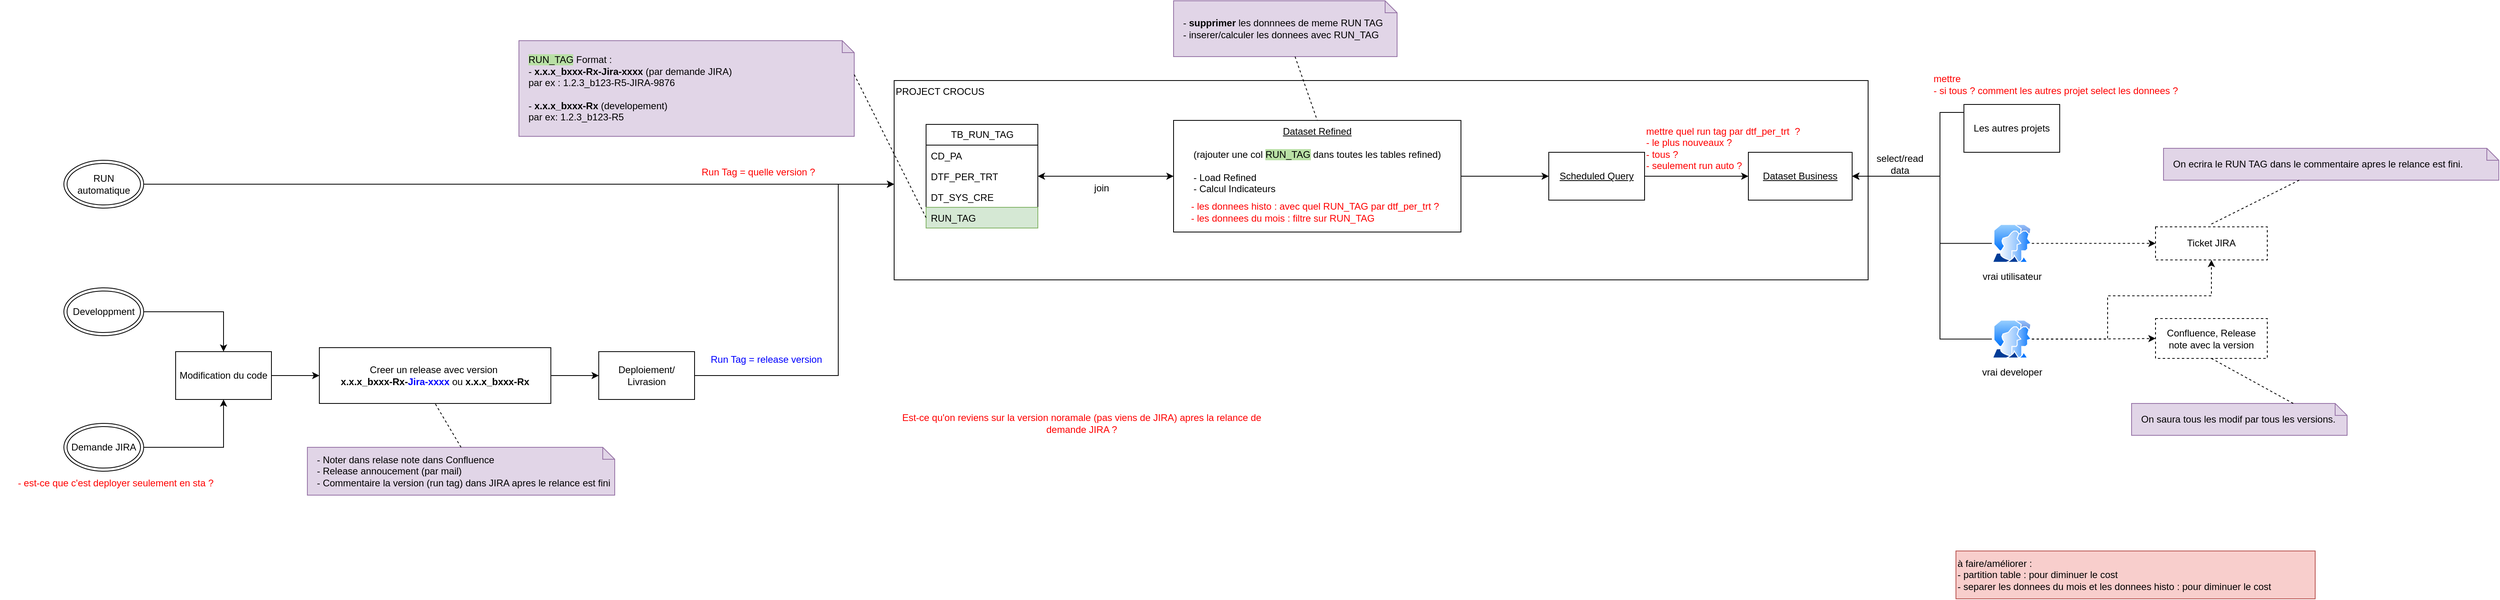
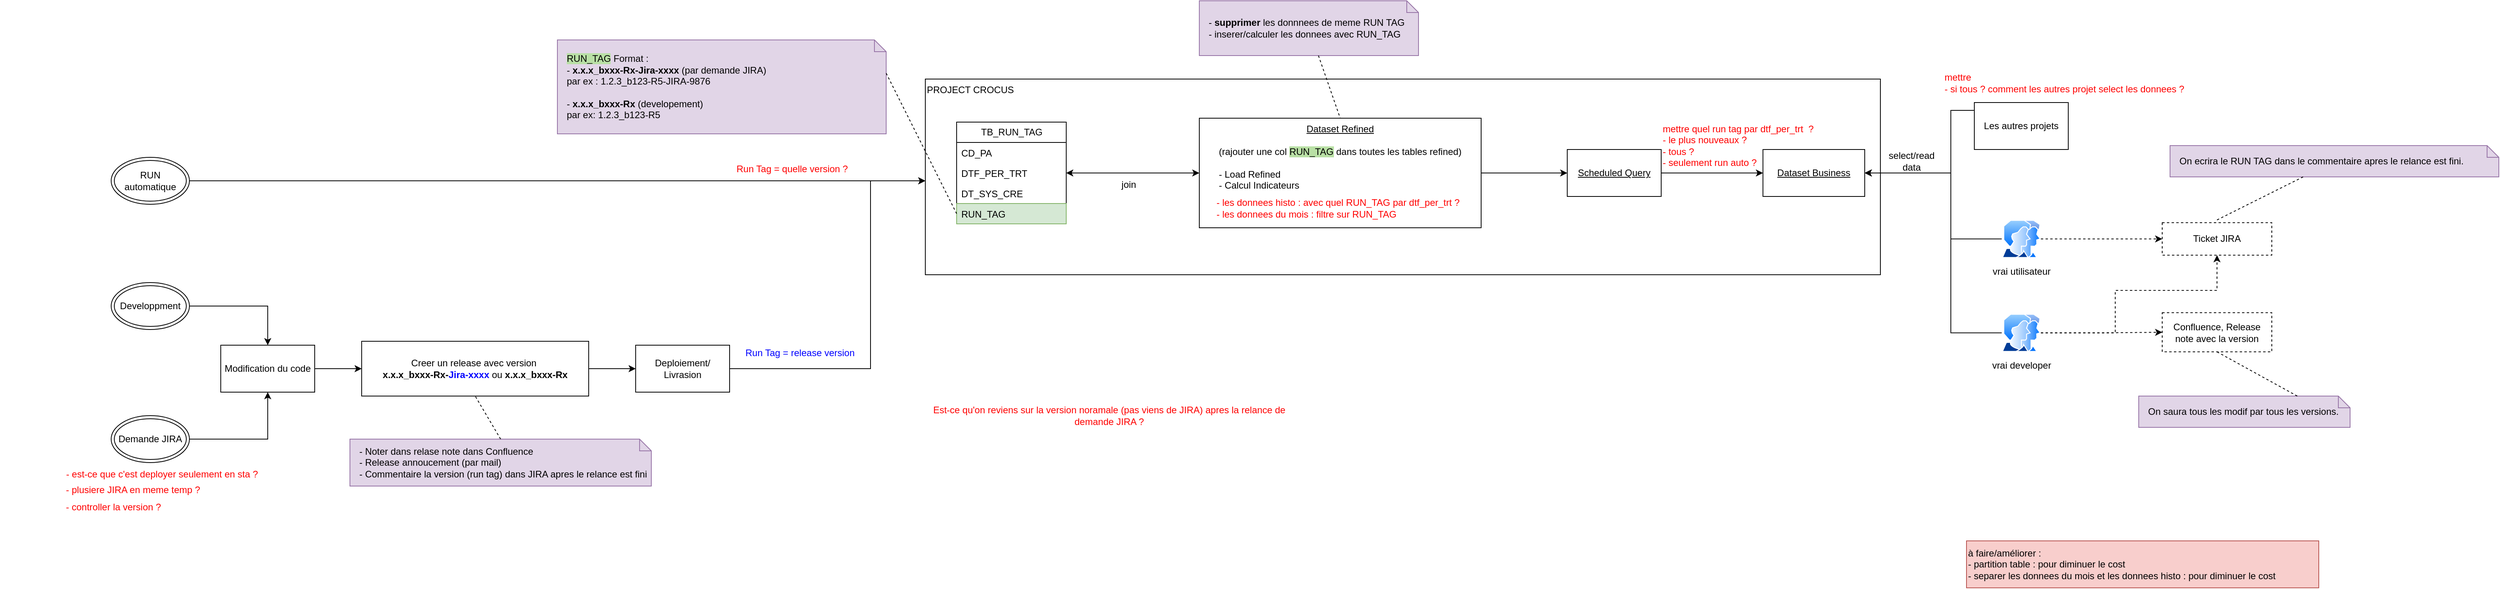
<mxfile host="app.diagrams.net">
  <diagram name="Page-1" id="bEAYSmEDHXBXhFzCy1HB">
    <mxGraphModel dx="2873" dy="1106" grid="1" gridSize="10" guides="1" tooltips="1" connect="1" arrows="1" fold="1" page="1" pageScale="1" pageWidth="827" pageHeight="1169" math="0" shadow="0">
      <root>
        <mxCell id="0" />
        <mxCell id="1" parent="0" />
        <mxCell id="QUzsFoNl6aFI_2ed8XXq-13" parent="1" style="rounded=0;whiteSpace=wrap;html=1;align=left;verticalAlign=top;" value="PROJECT CROCUS" vertex="1">
          <mxGeometry height="250" width="1220" x="380" y="140" as="geometry" />
        </mxCell>
        <mxCell id="QUzsFoNl6aFI_2ed8XXq-1" parent="1" style="swimlane;fontStyle=0;childLayout=stackLayout;horizontal=1;startSize=26;fillColor=none;horizontalStack=0;resizeParent=1;resizeParentMax=0;resizeLast=0;collapsible=1;marginBottom=0;html=1;" value="TB_RUN_TAG" vertex="1">
          <mxGeometry height="130" width="140" x="420" y="195" as="geometry" />
        </mxCell>
        <mxCell id="QUzsFoNl6aFI_2ed8XXq-2" parent="QUzsFoNl6aFI_2ed8XXq-1" style="text;strokeColor=none;fillColor=none;align=left;verticalAlign=top;spacingLeft=4;spacingRight=4;overflow=hidden;rotatable=0;points=[[0,0.5],[1,0.5]];portConstraint=eastwest;whiteSpace=wrap;html=1;" value="CD_PA" vertex="1">
          <mxGeometry height="26" width="140" y="26" as="geometry" />
        </mxCell>
        <mxCell id="QUzsFoNl6aFI_2ed8XXq-3" parent="QUzsFoNl6aFI_2ed8XXq-1" style="text;strokeColor=none;fillColor=none;align=left;verticalAlign=top;spacingLeft=4;spacingRight=4;overflow=hidden;rotatable=0;points=[[0,0.5],[1,0.5]];portConstraint=eastwest;whiteSpace=wrap;html=1;" value="DTF_PER_TRT" vertex="1">
          <mxGeometry height="26" width="140" y="52" as="geometry" />
        </mxCell>
        <mxCell id="QUzsFoNl6aFI_2ed8XXq-4" parent="QUzsFoNl6aFI_2ed8XXq-1" style="text;strokeColor=none;fillColor=none;align=left;verticalAlign=top;spacingLeft=4;spacingRight=4;overflow=hidden;rotatable=0;points=[[0,0.5],[1,0.5]];portConstraint=eastwest;whiteSpace=wrap;html=1;" value="DT_SYS_CRE" vertex="1">
          <mxGeometry height="26" width="140" y="78" as="geometry" />
        </mxCell>
        <mxCell id="QUzsFoNl6aFI_2ed8XXq-5" parent="QUzsFoNl6aFI_2ed8XXq-1" style="text;strokeColor=#82b366;fillColor=#d5e8d4;align=left;verticalAlign=top;spacingLeft=4;spacingRight=4;overflow=hidden;rotatable=0;points=[[0,0.5],[1,0.5]];portConstraint=eastwest;whiteSpace=wrap;html=1;" value="RUN_TAG" vertex="1">
          <mxGeometry height="26" width="140" y="104" as="geometry" />
        </mxCell>
        <mxCell id="QUzsFoNl6aFI_2ed8XXq-7" parent="1" style="shape=note;size=15;align=left;spacingLeft=10;html=1;whiteSpace=wrap;fillColor=#e1d5e7;strokeColor=#9673a6;" value="&lt;span style=&quot;background-color: rgb(185, 224, 165);&quot;&gt;RUN_TAG&lt;/span&gt; Format :&amp;nbsp;&lt;div&gt;- &lt;b&gt;x.x.x_bxxx-Rx-Jira-xxxx&lt;/b&gt; (par demande JIRA)&amp;nbsp;&lt;/div&gt;&lt;div&gt;par ex : 1.2.3_b123-R5-JIRA-9876&lt;/div&gt;&lt;div&gt;&lt;br&gt;&lt;/div&gt;&lt;div&gt;-&lt;b&gt; x.x.x_bxxx-Rx&lt;/b&gt; (developement)&lt;/div&gt;&lt;div&gt;&lt;span style=&quot;background-color: transparent; color: light-dark(rgb(0, 0, 0), rgb(255, 255, 255));&quot;&gt;par ex: 1.2.3_b123-R5&lt;/span&gt;&lt;/div&gt;" vertex="1">
          <mxGeometry height="120" width="420" x="-90" y="90" as="geometry" />
        </mxCell>
        <mxCell id="QUzsFoNl6aFI_2ed8XXq-8" edge="1" parent="1" source="QUzsFoNl6aFI_2ed8XXq-7" style="edgeStyle=none;endArrow=none;exitX=0;exitY=0;dashed=1;html=1;rounded=0;entryX=0;entryY=0.5;entryDx=0;entryDy=0;exitDx=420;exitDy=42.5;exitPerimeter=0;" target="QUzsFoNl6aFI_2ed8XXq-5" value="">
          <mxGeometry relative="1" x="1" as="geometry">
            <mxPoint x="590" y="660" as="targetPoint" />
          </mxGeometry>
        </mxCell>
        <mxCell id="QUzsFoNl6aFI_2ed8XXq-10" parent="1" style="rounded=0;whiteSpace=wrap;html=1;dashed=1;" value="Confluence, Release note avec la v&lt;span style=&quot;background-color: transparent; color: light-dark(rgb(0, 0, 0), rgb(255, 255, 255));&quot;&gt;ersion&lt;/span&gt;" vertex="1">
          <mxGeometry height="50" width="140" x="1960" y="438.5" as="geometry" />
        </mxCell>
        <mxCell id="QUzsFoNl6aFI_2ed8XXq-11" parent="1" style="rounded=0;whiteSpace=wrap;html=1;dashed=1;" value="Ticket JIRA" vertex="1">
          <mxGeometry height="41.5" width="140" x="1960" y="323.5" as="geometry" />
        </mxCell>
        <mxCell id="QUzsFoNl6aFI_2ed8XXq-42" edge="1" parent="1" source="QUzsFoNl6aFI_2ed8XXq-12" style="edgeStyle=orthogonalEdgeStyle;rounded=0;orthogonalLoop=1;jettySize=auto;html=1;entryX=1;entryY=0.5;entryDx=0;entryDy=0;startArrow=classic;startFill=1;" target="QUzsFoNl6aFI_2ed8XXq-3">
          <mxGeometry relative="1" as="geometry" />
        </mxCell>
        <mxCell id="QUzsFoNl6aFI_2ed8XXq-50" edge="1" parent="1" source="QUzsFoNl6aFI_2ed8XXq-12" style="edgeStyle=orthogonalEdgeStyle;rounded=0;orthogonalLoop=1;jettySize=auto;html=1;" target="QUzsFoNl6aFI_2ed8XXq-46">
          <mxGeometry relative="1" as="geometry">
            <Array as="points" />
          </mxGeometry>
        </mxCell>
        <mxCell id="QUzsFoNl6aFI_2ed8XXq-12" parent="1" style="rounded=0;whiteSpace=wrap;html=1;verticalAlign=top;" value="&lt;u&gt;Dataset Refined&lt;/u&gt;&lt;div&gt;&lt;u&gt;&lt;br&gt;&lt;/u&gt;&lt;div&gt;(rajouter une col &lt;span style=&quot;background-color: rgb(185, 224, 165);&quot;&gt;RUN_TAG&lt;/span&gt;&lt;span&gt; &lt;/span&gt;dans toutes les tables refined)&lt;/div&gt;&lt;div&gt;&lt;br&gt;&lt;/div&gt;&lt;div style=&quot;text-align: left;&quot;&gt;- Load Refined&amp;nbsp; &amp;nbsp; &amp;nbsp; &amp;nbsp;&lt;/div&gt;&lt;div style=&quot;text-align: left;&quot;&gt;- Calcul Indicateurs&lt;/div&gt;&lt;/div&gt;" vertex="1">
          <mxGeometry height="140" width="360" x="730" y="190" as="geometry" />
        </mxCell>
        <mxCell id="QUzsFoNl6aFI_2ed8XXq-27" edge="1" parent="1" source="QUzsFoNl6aFI_2ed8XXq-33" style="edgeStyle=orthogonalEdgeStyle;rounded=0;orthogonalLoop=1;jettySize=auto;html=1;entryX=0.5;entryY=0;entryDx=0;entryDy=0;" target="QUzsFoNl6aFI_2ed8XXq-23">
          <mxGeometry relative="1" as="geometry">
            <mxPoint x="-760" y="325" as="sourcePoint" />
          </mxGeometry>
        </mxCell>
        <mxCell id="QUzsFoNl6aFI_2ed8XXq-29" edge="1" parent="1" source="QUzsFoNl6aFI_2ed8XXq-34" style="edgeStyle=orthogonalEdgeStyle;rounded=0;orthogonalLoop=1;jettySize=auto;html=1;entryX=0.5;entryY=1;entryDx=0;entryDy=0;" target="QUzsFoNl6aFI_2ed8XXq-23">
          <mxGeometry relative="1" as="geometry">
            <mxPoint x="-820" y="785" as="sourcePoint" />
          </mxGeometry>
        </mxCell>
        <mxCell id="QUzsFoNl6aFI_2ed8XXq-19" parent="1" style="text;html=1;whiteSpace=wrap;strokeColor=none;fillColor=none;align=center;verticalAlign=middle;rounded=0;fontColor=#0000FF;" value="&lt;font style=&quot;color: rgb(255, 0, 0);&quot;&gt;Run Tag = quelle version ?&lt;/font&gt;" vertex="1">
          <mxGeometry height="30" width="200" x="110" y="240" as="geometry" />
        </mxCell>
        <mxCell id="QUzsFoNl6aFI_2ed8XXq-28" edge="1" parent="1" source="QUzsFoNl6aFI_2ed8XXq-23" style="edgeStyle=orthogonalEdgeStyle;rounded=0;orthogonalLoop=1;jettySize=auto;html=1;" target="QUzsFoNl6aFI_2ed8XXq-25">
          <mxGeometry relative="1" as="geometry" />
        </mxCell>
        <mxCell id="QUzsFoNl6aFI_2ed8XXq-23" parent="1" style="rounded=0;whiteSpace=wrap;html=1;" value="Modification du code" vertex="1">
          <mxGeometry height="60" width="120" x="-520" y="480" as="geometry" />
        </mxCell>
        <mxCell id="QUzsFoNl6aFI_2ed8XXq-31" edge="1" parent="1" source="QUzsFoNl6aFI_2ed8XXq-24" style="edgeStyle=orthogonalEdgeStyle;rounded=0;orthogonalLoop=1;jettySize=auto;html=1;" target="QUzsFoNl6aFI_2ed8XXq-13">
          <mxGeometry relative="1" as="geometry">
            <Array as="points">
              <mxPoint x="310" y="510" />
              <mxPoint x="310" y="270" />
            </Array>
          </mxGeometry>
        </mxCell>
        <mxCell id="QUzsFoNl6aFI_2ed8XXq-24" parent="1" style="rounded=0;whiteSpace=wrap;html=1;" value="Deploiement/ Livrasion" vertex="1">
          <mxGeometry height="60" width="120" x="10" y="480" as="geometry" />
        </mxCell>
        <mxCell id="QUzsFoNl6aFI_2ed8XXq-30" edge="1" parent="1" source="QUzsFoNl6aFI_2ed8XXq-25" style="edgeStyle=orthogonalEdgeStyle;rounded=0;orthogonalLoop=1;jettySize=auto;html=1;entryX=0;entryY=0.5;entryDx=0;entryDy=0;" target="QUzsFoNl6aFI_2ed8XXq-24">
          <mxGeometry relative="1" as="geometry" />
        </mxCell>
        <mxCell id="QUzsFoNl6aFI_2ed8XXq-25" parent="1" style="rounded=0;whiteSpace=wrap;html=1;" value="Creer un release avec version&amp;nbsp;&lt;div&gt;&lt;span style=&quot;text-align: left;&quot;&gt;&lt;b&gt;x.x.x_bxxx-Rx-&lt;font style=&quot;color: rgb(0, 0, 255);&quot;&gt;Jira-xxxx&lt;/font&gt;&lt;/b&gt; ou&amp;nbsp;&lt;/span&gt;&lt;span style=&quot;text-align: left;&quot;&gt;&lt;b&gt;x.x.x_bxxx-Rx&lt;/b&gt;&lt;/span&gt;&lt;/div&gt;" vertex="1">
          <mxGeometry height="70" width="290" x="-340" y="475" as="geometry" />
        </mxCell>
        <mxCell id="QUzsFoNl6aFI_2ed8XXq-33" parent="1" style="ellipse;shape=doubleEllipse;whiteSpace=wrap;html=1;" value="Developpment" vertex="1">
          <mxGeometry height="60" width="100" x="-660" y="400" as="geometry" />
        </mxCell>
        <mxCell id="QUzsFoNl6aFI_2ed8XXq-34" parent="1" style="ellipse;shape=doubleEllipse;whiteSpace=wrap;html=1;" value="Demande JIRA" vertex="1">
          <mxGeometry height="60" width="100" x="-660" y="570" as="geometry" />
        </mxCell>
        <mxCell id="QUzsFoNl6aFI_2ed8XXq-36" edge="1" parent="1" source="QUzsFoNl6aFI_2ed8XXq-35" style="edgeStyle=orthogonalEdgeStyle;rounded=0;orthogonalLoop=1;jettySize=auto;html=1;" target="QUzsFoNl6aFI_2ed8XXq-13">
          <mxGeometry relative="1" as="geometry">
            <Array as="points">
              <mxPoint x="40" y="270" />
              <mxPoint x="40" y="270" />
            </Array>
          </mxGeometry>
        </mxCell>
        <mxCell id="QUzsFoNl6aFI_2ed8XXq-35" parent="1" style="ellipse;shape=doubleEllipse;whiteSpace=wrap;html=1;" value="RUN automatique" vertex="1">
          <mxGeometry height="60" width="100" x="-660" y="240" as="geometry" />
        </mxCell>
        <mxCell id="QUzsFoNl6aFI_2ed8XXq-37" parent="1" style="text;html=1;whiteSpace=wrap;strokeColor=none;fillColor=none;align=center;verticalAlign=middle;rounded=0;fontColor=#0000FF;" value="Run Tag = release version" vertex="1">
          <mxGeometry height="30" width="200" x="120" y="475" as="geometry" />
        </mxCell>
        <mxCell id="QUzsFoNl6aFI_2ed8XXq-38" parent="1" style="shape=note;size=15;align=left;spacingLeft=10;html=1;whiteSpace=wrap;fillColor=#e1d5e7;strokeColor=#9673a6;" value="- Noter dans relase note dans Confluence&lt;div&gt;- Release annoucement (par mail)&lt;/div&gt;&lt;div&gt;- Commentaire la version (run tag) dans JIRA apres le relance est fini&lt;/div&gt;" vertex="1">
          <mxGeometry height="60" width="385" x="-355" y="600" as="geometry" />
        </mxCell>
        <mxCell id="QUzsFoNl6aFI_2ed8XXq-39" edge="1" parent="1" source="QUzsFoNl6aFI_2ed8XXq-38" style="edgeStyle=none;endArrow=none;exitX=0.5;exitY=0;dashed=1;html=1;rounded=0;entryX=0.5;entryY=1;entryDx=0;entryDy=0;exitDx=0;exitDy=0;exitPerimeter=0;" target="QUzsFoNl6aFI_2ed8XXq-25" value="">
          <mxGeometry relative="1" x="1" as="geometry">
            <mxPoint x="710" y="660" as="sourcePoint" />
            <mxPoint x="762" y="510" as="targetPoint" />
          </mxGeometry>
        </mxCell>
        <mxCell id="QUzsFoNl6aFI_2ed8XXq-40" parent="1" style="shape=note;size=15;align=left;spacingLeft=10;html=1;whiteSpace=wrap;fillColor=#e1d5e7;strokeColor=#9673a6;" value="- &lt;b&gt;supprimer &lt;/b&gt;les donnnees de meme RUN TAG&lt;div&gt;- inserer/calculer les donnees avec RUN_TAG&lt;/div&gt;" vertex="1">
          <mxGeometry height="70" width="280" x="730" y="40" as="geometry" />
        </mxCell>
        <mxCell id="QUzsFoNl6aFI_2ed8XXq-41" edge="1" parent="1" source="QUzsFoNl6aFI_2ed8XXq-40" style="edgeStyle=none;endArrow=none;dashed=1;html=1;rounded=0;entryX=0.5;entryY=0;entryDx=0;entryDy=0;" target="QUzsFoNl6aFI_2ed8XXq-12" value="">
          <mxGeometry relative="1" x="1" as="geometry">
            <mxPoint x="720" y="650" as="sourcePoint" />
            <mxPoint x="772" y="500" as="targetPoint" />
          </mxGeometry>
        </mxCell>
        <mxCell id="QUzsFoNl6aFI_2ed8XXq-43" parent="1" style="text;html=1;whiteSpace=wrap;strokeColor=none;fillColor=none;align=left;verticalAlign=middle;rounded=0;" value="&lt;font style=&quot;color: rgb(255, 0, 0);&quot;&gt;- les donnees histo : avec quel RUN_TAG par dtf_per_trt ?&lt;/font&gt;&lt;div&gt;&lt;font style=&quot;color: rgb(255, 0, 0);&quot;&gt;- les donnees du mois : f&lt;/font&gt;&lt;span style=&quot;color: light-dark(rgb(255, 0, 0), rgb(255, 144, 144)); background-color: transparent;&quot;&gt;iltre sur RUN_TAG&lt;/span&gt;&lt;/div&gt;" vertex="1">
          <mxGeometry height="30" width="330" x="750" y="290" as="geometry" />
        </mxCell>
        <mxCell id="QUzsFoNl6aFI_2ed8XXq-45" parent="1" style="rounded=0;whiteSpace=wrap;html=1;" value="&lt;u&gt;Dataset Business&lt;/u&gt;" vertex="1">
          <mxGeometry height="60" width="130" x="1450" y="230" as="geometry" />
        </mxCell>
        <mxCell id="QUzsFoNl6aFI_2ed8XXq-48" edge="1" parent="1" source="QUzsFoNl6aFI_2ed8XXq-46" style="edgeStyle=orthogonalEdgeStyle;rounded=0;orthogonalLoop=1;jettySize=auto;html=1;" target="QUzsFoNl6aFI_2ed8XXq-45">
          <mxGeometry relative="1" as="geometry" />
        </mxCell>
        <mxCell id="QUzsFoNl6aFI_2ed8XXq-46" parent="1" style="rounded=0;whiteSpace=wrap;html=1;" value="&lt;u&gt;Scheduled Query&lt;/u&gt;" vertex="1">
          <mxGeometry height="60" width="120" x="1200" y="230" as="geometry" />
        </mxCell>
        <mxCell id="QUzsFoNl6aFI_2ed8XXq-51" parent="1" style="text;html=1;whiteSpace=wrap;strokeColor=none;fillColor=none;align=left;verticalAlign=middle;rounded=0;fontColor=#FF0000;" value="mettre quel run tag par dtf_per_trt&amp;nbsp;&amp;nbsp;?&amp;nbsp;&lt;div&gt;- le plus nouveaux ?&lt;/div&gt;&lt;div&gt;- tous ?&lt;/div&gt;&lt;div&gt;- seulement run auto ?&lt;/div&gt;" vertex="1">
          <mxGeometry height="30" width="370" x="1320" y="210" as="geometry" />
        </mxCell>
        <mxCell id="QUzsFoNl6aFI_2ed8XXq-59" edge="1" parent="1" source="QUzsFoNl6aFI_2ed8XXq-52" style="edgeStyle=orthogonalEdgeStyle;rounded=0;orthogonalLoop=1;jettySize=auto;html=1;entryX=1;entryY=0.5;entryDx=0;entryDy=0;" target="QUzsFoNl6aFI_2ed8XXq-45">
          <mxGeometry relative="1" as="geometry">
            <Array as="points">
              <mxPoint x="1690" y="180" />
              <mxPoint x="1690" y="260" />
            </Array>
          </mxGeometry>
        </mxCell>
        <mxCell id="QUzsFoNl6aFI_2ed8XXq-52" parent="1" style="rounded=0;whiteSpace=wrap;html=1;" value="Les autres projets" vertex="1">
          <mxGeometry height="60" width="120" x="1720" y="170" as="geometry" />
        </mxCell>
        <mxCell id="QUzsFoNl6aFI_2ed8XXq-58" edge="1" parent="1" source="QUzsFoNl6aFI_2ed8XXq-57" style="edgeStyle=orthogonalEdgeStyle;rounded=0;orthogonalLoop=1;jettySize=auto;html=1;entryX=1;entryY=0.5;entryDx=0;entryDy=0;" target="QUzsFoNl6aFI_2ed8XXq-45">
          <mxGeometry relative="1" as="geometry">
            <Array as="points">
              <mxPoint x="1690" y="344" />
              <mxPoint x="1690" y="260" />
            </Array>
          </mxGeometry>
        </mxCell>
        <mxCell id="QUzsFoNl6aFI_2ed8XXq-65" edge="1" parent="1" source="QUzsFoNl6aFI_2ed8XXq-57" style="edgeStyle=orthogonalEdgeStyle;rounded=0;orthogonalLoop=1;jettySize=auto;html=1;dashed=1;" target="QUzsFoNl6aFI_2ed8XXq-11">
          <mxGeometry relative="1" as="geometry" />
        </mxCell>
        <mxCell id="QUzsFoNl6aFI_2ed8XXq-57" parent="1" style="image;aspect=fixed;perimeter=ellipsePerimeter;html=1;align=center;shadow=0;dashed=0;spacingTop=3;image=img/lib/active_directory/user_accounts.svg;" value="vrai utilisateur" vertex="1">
          <mxGeometry height="48.5" width="50" x="1755" y="320" as="geometry" />
        </mxCell>
        <mxCell id="QUzsFoNl6aFI_2ed8XXq-60" parent="1" style="text;html=1;whiteSpace=wrap;strokeColor=none;fillColor=none;align=center;verticalAlign=middle;rounded=0;" value="select/read data" vertex="1">
          <mxGeometry height="30" width="60" x="1610" y="230" as="geometry" />
        </mxCell>
        <mxCell id="QUzsFoNl6aFI_2ed8XXq-63" edge="1" parent="1" source="QUzsFoNl6aFI_2ed8XXq-62" style="edgeStyle=orthogonalEdgeStyle;rounded=0;orthogonalLoop=1;jettySize=auto;html=1;entryX=1;entryY=0.5;entryDx=0;entryDy=0;" target="QUzsFoNl6aFI_2ed8XXq-45">
          <mxGeometry relative="1" as="geometry">
            <Array as="points">
              <mxPoint x="1690" y="464" />
              <mxPoint x="1690" y="260" />
            </Array>
          </mxGeometry>
        </mxCell>
        <mxCell id="QUzsFoNl6aFI_2ed8XXq-66" edge="1" parent="1" source="QUzsFoNl6aFI_2ed8XXq-62" style="edgeStyle=orthogonalEdgeStyle;rounded=0;orthogonalLoop=1;jettySize=auto;html=1;dashed=1;" target="QUzsFoNl6aFI_2ed8XXq-10">
          <mxGeometry relative="1" as="geometry" />
        </mxCell>
        <mxCell id="QUzsFoNl6aFI_2ed8XXq-68" edge="1" parent="1" source="QUzsFoNl6aFI_2ed8XXq-62" style="edgeStyle=orthogonalEdgeStyle;rounded=0;orthogonalLoop=1;jettySize=auto;html=1;entryX=0.5;entryY=1;entryDx=0;entryDy=0;dashed=1;" target="QUzsFoNl6aFI_2ed8XXq-11">
          <mxGeometry relative="1" as="geometry">
            <Array as="points">
              <mxPoint x="1900" y="464" />
              <mxPoint x="1900" y="410" />
              <mxPoint x="2030" y="410" />
            </Array>
          </mxGeometry>
        </mxCell>
        <mxCell id="QUzsFoNl6aFI_2ed8XXq-62" parent="1" style="image;aspect=fixed;perimeter=ellipsePerimeter;html=1;align=center;shadow=0;dashed=0;spacingTop=3;image=img/lib/active_directory/user_accounts.svg;" value="vrai developer" vertex="1">
          <mxGeometry height="48.5" width="50" x="1755" y="440" as="geometry" />
        </mxCell>
        <mxCell id="QUzsFoNl6aFI_2ed8XXq-69" parent="1" style="shape=note;size=15;align=left;spacingLeft=10;html=1;whiteSpace=wrap;fillColor=#e1d5e7;strokeColor=#9673a6;" value="On ecrira le RUN TAG dans le commentaire apres le relance est fini." vertex="1">
          <mxGeometry height="40" width="420" x="1970" y="225" as="geometry" />
        </mxCell>
        <mxCell id="QUzsFoNl6aFI_2ed8XXq-70" edge="1" parent="1" source="QUzsFoNl6aFI_2ed8XXq-69" style="edgeStyle=none;endArrow=none;dashed=1;html=1;rounded=0;" value="">
          <mxGeometry relative="1" x="1" as="geometry">
            <mxPoint x="970" y="210" as="sourcePoint" />
            <mxPoint x="2030" y="320" as="targetPoint" />
          </mxGeometry>
        </mxCell>
        <mxCell id="QUzsFoNl6aFI_2ed8XXq-71" parent="1" style="shape=note;size=15;align=left;spacingLeft=10;html=1;whiteSpace=wrap;fillColor=#e1d5e7;strokeColor=#9673a6;" value="On saura tous les modif par tous les versions." vertex="1">
          <mxGeometry height="40" width="270" x="1930" y="545" as="geometry" />
        </mxCell>
        <mxCell id="QUzsFoNl6aFI_2ed8XXq-72" edge="1" parent="1" source="QUzsFoNl6aFI_2ed8XXq-71" style="edgeStyle=none;endArrow=none;dashed=1;html=1;rounded=0;entryX=0.5;entryY=1;entryDx=0;entryDy=0;exitX=0;exitY=0;exitDx=202.5;exitDy=0;exitPerimeter=0;" target="QUzsFoNl6aFI_2ed8XXq-10" value="">
          <mxGeometry relative="1" x="1" as="geometry">
            <mxPoint x="2180" y="470" as="sourcePoint" />
            <mxPoint x="2070" y="525" as="targetPoint" />
          </mxGeometry>
        </mxCell>
        <mxCell id="QUzsFoNl6aFI_2ed8XXq-73" parent="1" style="text;html=1;whiteSpace=wrap;strokeColor=none;fillColor=none;align=left;verticalAlign=middle;rounded=0;fontColor=#FF0000;" value="mettre&amp;nbsp;&lt;div&gt;&lt;span style=&quot;background-color: transparent; color: light-dark(rgb(255, 0, 0), rgb(255, 144, 144));&quot;&gt;- si tous ? comment les autres projet select les donnees ?&lt;/span&gt;&lt;/div&gt;" vertex="1">
          <mxGeometry height="30" width="370" x="1680" y="130" as="geometry" />
        </mxCell>
        <mxCell id="QUzsFoNl6aFI_2ed8XXq-74" parent="1" style="rounded=0;whiteSpace=wrap;html=1;align=left;fillColor=#f8cecc;strokeColor=#b85450;" value="à faire/améliorer :&lt;div&gt;- partition table : pour diminuer le cost&lt;/div&gt;&lt;div&gt;- separer les donnees du mois et les donnees histo&amp;nbsp;&lt;span style=&quot;background-color: transparent; color: light-dark(rgb(0, 0, 0), rgb(255, 255, 255));&quot;&gt;: pour diminuer le cost&lt;/span&gt;&lt;/div&gt;" vertex="1">
          <mxGeometry height="60" width="450" x="1710" y="730" as="geometry" />
        </mxCell>
        <mxCell id="QUzsFoNl6aFI_2ed8XXq-76" parent="1" style="text;html=1;whiteSpace=wrap;strokeColor=none;fillColor=none;align=center;verticalAlign=middle;rounded=0;" value="join" vertex="1">
          <mxGeometry height="30" width="60" x="610" y="260" as="geometry" />
        </mxCell>
        <mxCell id="QUzsFoNl6aFI_2ed8XXq-77" parent="1" style="text;html=1;whiteSpace=wrap;strokeColor=none;fillColor=none;align=center;verticalAlign=middle;rounded=0;fontColor=#FF0000;" value="Est-ce qu&#39;on reviens sur la version noramale (pas viens de JIRA) apres la relance de demande JIRA ?" vertex="1">
          <mxGeometry height="30" width="470" x="380" y="555" as="geometry" />
        </mxCell>
        <mxCell id="QUzsFoNl6aFI_2ed8XXq-78" parent="1" style="text;html=1;whiteSpace=wrap;strokeColor=none;fillColor=none;align=center;verticalAlign=middle;rounded=0;fontColor=#FF0000;" value="- est-ce que c&#39;est deployer seulement en sta ?" vertex="1">
          <mxGeometry height="30" width="290" x="-740" y="630" as="geometry" />
        </mxCell>
+         <mxCell id="QUzsFoNl6aFI_2ed8XXq-79" parent="1" style="text;html=1;whiteSpace=wrap;strokeColor=none;fillColor=none;align=center;verticalAlign=middle;rounded=0;fontColor=#FF0000;" value="- plusiere JIRA en meme temp ?" vertex="1">
+           <mxGeometry height="30" width="290" x="-777" y="650" as="geometry" />
+         </mxCell>
+         <mxCell id="QUzsFoNl6aFI_2ed8XXq-80" parent="1" style="text;html=1;whiteSpace=wrap;strokeColor=none;fillColor=none;align=center;verticalAlign=middle;rounded=0;fontColor=#FF0000;" value="- controller la version ?" vertex="1">
+           <mxGeometry height="30" width="290" x="-802" y="672" as="geometry" />
+         </mxCell>
      </root>
    </mxGraphModel>
  </diagram>
</mxfile>
